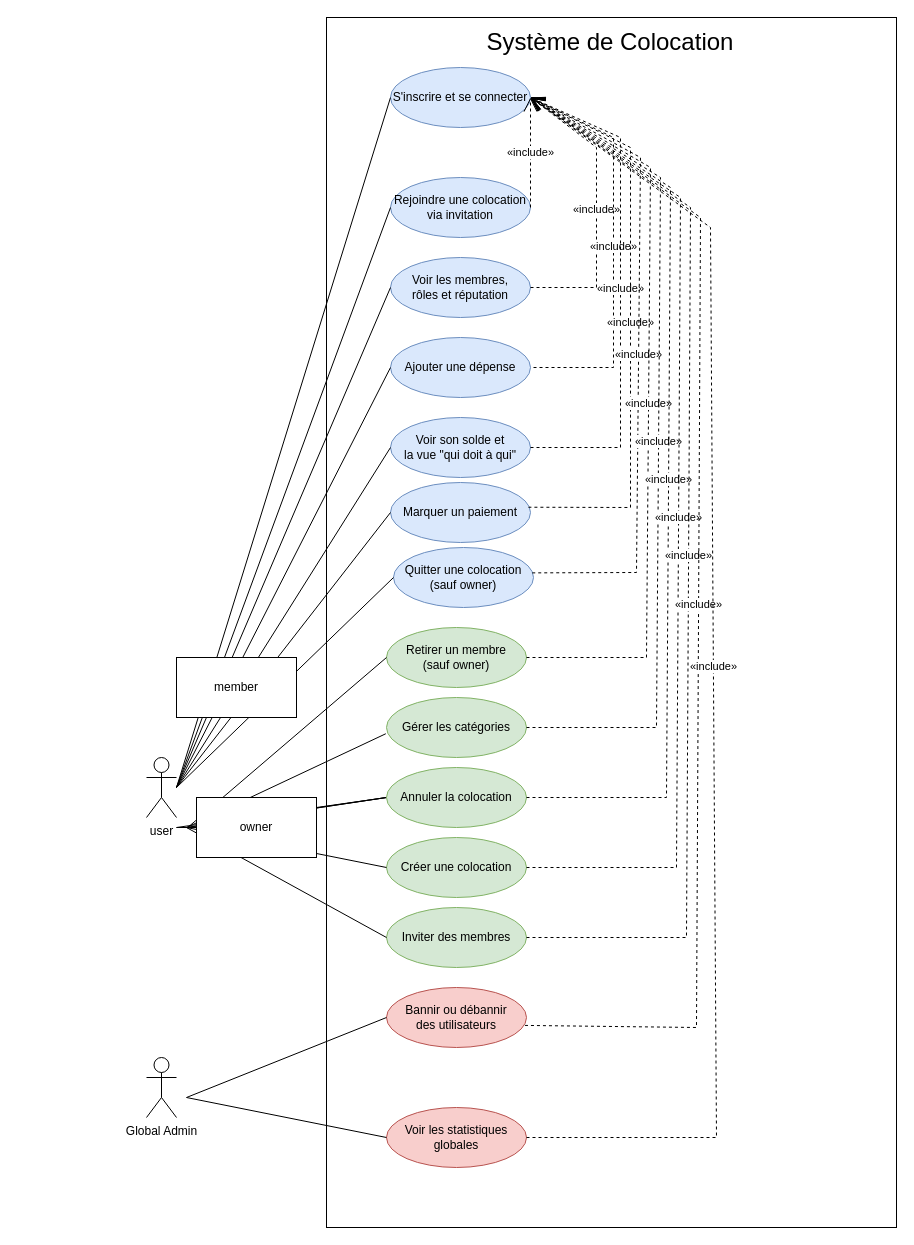
Medbdll/EasyColoc keeps this draw.io diagram as Docs/diagrammeCasUtilisateur.drawio. Above is the earlier version. Source tidied: cells renumbered, new cells numbered last; positions are measured from the earlier drawing's top-left corner, leaving out a move shared by most shapes. Both pictures are drawn from the tidied source at 100%, with x=0, y=0 at pixel (146, 17).
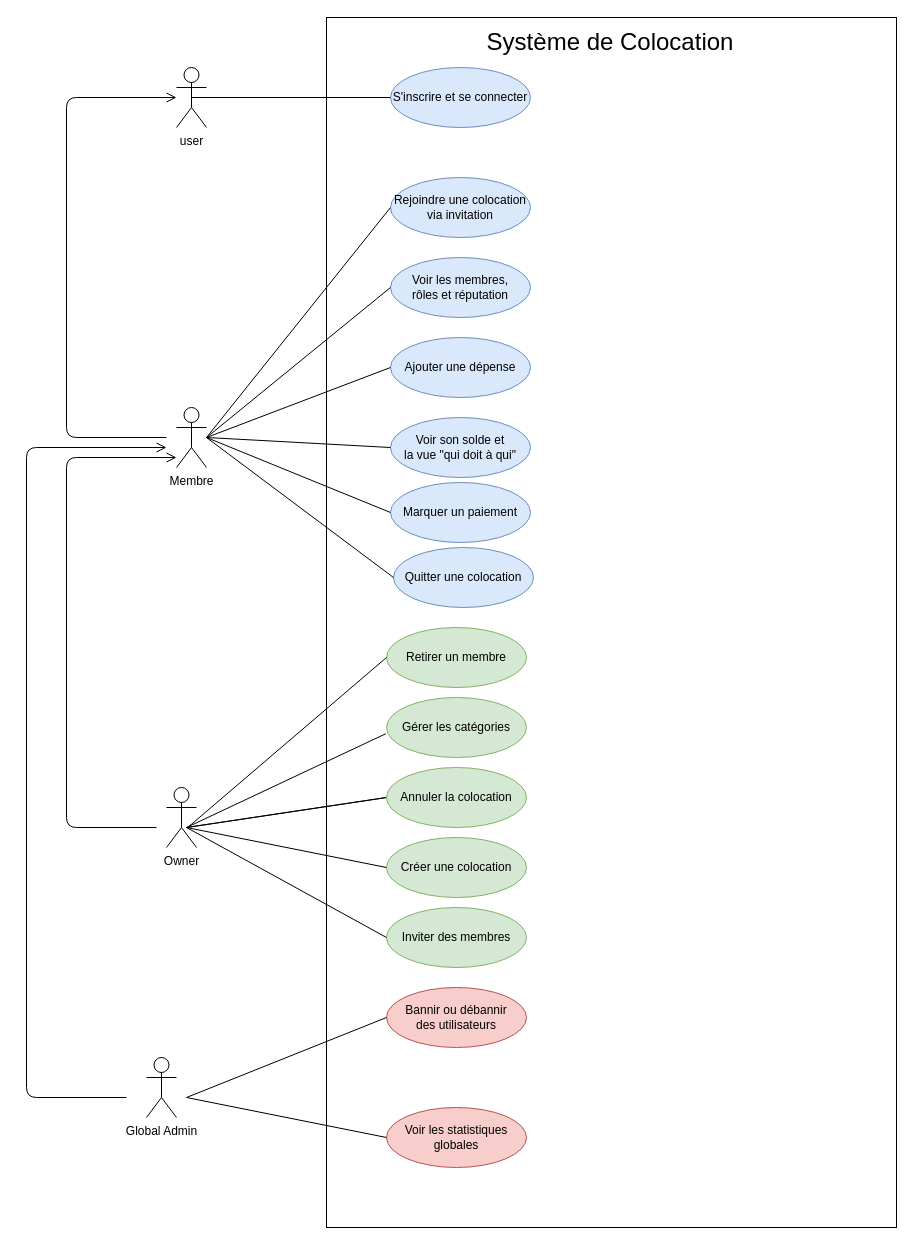
The same diagram, later.

Commit message:
EAS-29 Diagramme des cas d'utilisateurs

Unchanged cells that the change refers to:
```xml
<mxCell id="5" value="S'inscrire et se connecter" style="ellipse;whiteSpace=wrap;html=1;fillColor=#dae8fc;strokeColor=#6c8ebf;" parent="1" vertex="1">
  <mxGeometry x="244" y="50" width="140" height="60" as="geometry" />
</mxCell>
<mxCell id="6" value="Rejoindre une colocation&#10;via invitation" style="ellipse;whiteSpace=wrap;html=1;fillColor=#dae8fc;strokeColor=#6c8ebf;" parent="1" vertex="1">
  <mxGeometry x="244" y="160" width="140" height="60" as="geometry" />
</mxCell>
<mxCell id="7" value="Voir les membres,&#10;rôles et réputation" style="ellipse;whiteSpace=wrap;html=1;fillColor=#dae8fc;strokeColor=#6c8ebf;" parent="1" vertex="1">
  <mxGeometry x="244" y="240" width="140" height="60" as="geometry" />
</mxCell>
<mxCell id="8" value="Ajouter une dépense" style="ellipse;whiteSpace=wrap;html=1;fillColor=#dae8fc;strokeColor=#6c8ebf;" parent="1" vertex="1">
  <mxGeometry x="244" y="320" width="140" height="60" as="geometry" />
</mxCell>
<mxCell id="9" value="Voir son solde et&#10;la vue &quot;qui doit à qui&quot;" style="ellipse;whiteSpace=wrap;html=1;fillColor=#dae8fc;strokeColor=#6c8ebf;" parent="1" vertex="1">
  <mxGeometry x="244" y="400" width="140" height="60" as="geometry" />
</mxCell>
<mxCell id="10" value="Marquer un paiement" style="ellipse;whiteSpace=wrap;html=1;fillColor=#dae8fc;strokeColor=#6c8ebf;" parent="1" vertex="1">
  <mxGeometry x="244" y="465" width="140" height="60" as="geometry" />
</mxCell>
<mxCell id="12" value="Créer une colocation" style="ellipse;whiteSpace=wrap;html=1;fillColor=#d5e8d4;strokeColor=#82b366;" parent="1" vertex="1">
  <mxGeometry x="240" y="820" width="140" height="60" as="geometry" />
</mxCell>
<mxCell id="13" value="Inviter des membres" style="ellipse;whiteSpace=wrap;html=1;fillColor=#d5e8d4;strokeColor=#82b366;" parent="1" vertex="1">
  <mxGeometry x="240" y="890" width="140" height="60" as="geometry" />
</mxCell>
<mxCell id="15" value="Gérer les catégories" style="ellipse;whiteSpace=wrap;html=1;fillColor=#d5e8d4;strokeColor=#82b366;" parent="1" vertex="1">
  <mxGeometry x="240" y="680" width="140" height="60" as="geometry" />
</mxCell>
<mxCell id="16" value="Voir les statistiques&#10;globales" style="ellipse;whiteSpace=wrap;html=1;fillColor=#f8cecc;strokeColor=#b85450;" parent="1" vertex="1">
  <mxGeometry x="240" y="1090" width="140" height="60" as="geometry" />
</mxCell>
<mxCell id="17" value="Bannir ou débannir&#10;des utilisateurs" style="ellipse;whiteSpace=wrap;html=1;fillColor=#f8cecc;strokeColor=#b85450;" parent="1" vertex="1">
  <mxGeometry x="240" y="970" width="140" height="60" as="geometry" />
</mxCell>
```

Diff of the diagram source:
```diff
@@
-    <mxCell id="2" style="rounded=0;whiteSpace=wrap;html=1;" parent="1" vertex="1">
-      <mxGeometry x="180" width="570" height="1210" as="geometry" />
-    </mxCell>
-    <mxCell id="3" value="user&lt;div&gt;&lt;br&gt;&lt;/div&gt;" style="shape=umlActor;verticalLabelPosition=bottom;verticalAlign=top;html=1;outlineConnect=0;" parent="1" vertex="1">
-      <mxGeometry y="740" width="30" height="60" as="geometry" />
-    </mxCell>
+    <mxCell id="52" style="rounded=0;whiteSpace=wrap;html=1;" parent="1" vertex="1">
+      <mxGeometry x="180" width="570" height="1210" as="geometry" />
+    </mxCell>
+    <mxCell id="53" value="&lt;div&gt;Membre&lt;/div&gt;" style="shape=umlActor;verticalLabelPosition=bottom;verticalAlign=top;html=1;outlineConnect=0;" parent="1" vertex="1">
+      <mxGeometry x="30" y="390" width="30" height="60" as="geometry" />
+    </mxCell>
@@
-    <mxCell id="11" value="Quitter une colocation&#10;(sauf owner)" style="ellipse;whiteSpace=wrap;html=1;fillColor=#dae8fc;strokeColor=#6c8ebf;" parent="1" vertex="1">
-      <mxGeometry x="247" y="530" width="140" height="60" as="geometry" />
-    </mxCell>
+    <mxCell id="54" value="Quitter une colocation" style="ellipse;whiteSpace=wrap;html=1;fillColor=#dae8fc;strokeColor=#6c8ebf;" parent="1" vertex="1">
+      <mxGeometry x="247" y="530" width="140" height="60" as="geometry" />
+    </mxCell>
@@
-    <mxCell id="14" value="Retirer un membre&#10;(sauf owner)" style="ellipse;whiteSpace=wrap;html=1;fillColor=#d5e8d4;strokeColor=#82b366;" parent="1" vertex="1">
-      <mxGeometry x="240" y="610" width="140" height="60" as="geometry" />
-    </mxCell>
+    <mxCell id="55" value="Retirer un membre" style="ellipse;whiteSpace=wrap;html=1;fillColor=#d5e8d4;strokeColor=#82b366;" parent="1" vertex="1">
+      <mxGeometry x="240" y="610" width="140" height="60" as="geometry" />
+    </mxCell>
@@
+    <mxCell id="56" style="endArrow=none;html=1;rounded=0;exitX=1;exitY=0.5;exitDx=0;exitDy=0;entryX=0;entryY=0.5;entryDx=0;entryDy=0;" parent="1" edge="1" source="53" target="6">
+      <mxGeometry relative="1" as="geometry" />
+    </mxCell>
+    <mxCell id="57" style="endArrow=none;html=1;rounded=0;exitX=1;exitY=0.5;exitDx=0;exitDy=0;entryX=0;entryY=0.5;entryDx=0;entryDy=0;" parent="1" edge="1" source="53" target="7">
+      <mxGeometry relative="1" as="geometry" />
+    </mxCell>
+    <mxCell id="58" style="endArrow=none;html=1;rounded=0;exitX=1;exitY=0.5;exitDx=0;exitDy=0;entryX=0;entryY=0.5;entryDx=0;entryDy=0;" parent="1" edge="1" source="53" target="8">
+      <mxGeometry relative="1" as="geometry" />
+    </mxCell>
+    <mxCell id="59" style="endArrow=none;html=1;rounded=0;exitX=1;exitY=0.5;exitDx=0;exitDy=0;entryX=0;entryY=0.5;entryDx=0;entryDy=0;" parent="1" edge="1" source="53" target="9">
+      <mxGeometry relative="1" as="geometry" />
+    </mxCell>
+    <mxCell id="60" style="endArrow=none;html=1;rounded=0;exitX=1;exitY=0.5;exitDx=0;exitDy=0;entryX=0;entryY=0.5;entryDx=0;entryDy=0;" parent="1" edge="1" source="53" target="54">
+      <mxGeometry relative="1" as="geometry" />
+    </mxCell>
+    <mxCell id="61" style="endArrow=none;html=1;rounded=0;entryX=0;entryY=0.5;entryDx=0;entryDy=0;" parent="1" edge="1" target="12">
+      <mxGeometry relative="1" as="geometry">
+        <mxPoint x="40" y="810" as="sourcePoint" />
+      </mxGeometry>
+    </mxCell>
+    <mxCell id="62" style="endArrow=none;html=1;rounded=0;entryX=0;entryY=0.5;entryDx=0;entryDy=0;" parent="1" edge="1" target="13">
+      <mxGeometry relative="1" as="geometry">
+        <mxPoint x="40" y="810" as="sourcePoint" />
+      </mxGeometry>
+    </mxCell>
+    <mxCell id="63" style="endArrow=none;html=1;rounded=0;entryX=0;entryY=0.5;entryDx=0;entryDy=0;" parent="1" edge="1" target="55">
+      <mxGeometry relative="1" as="geometry">
+        <mxPoint x="41.2" y="810" as="sourcePoint" />
+      </mxGeometry>
+    </mxCell>
+    <mxCell id="64" style="endArrow=none;html=1;rounded=0;exitX=-0.005;exitY=0.604;exitDx=0;exitDy=0;exitPerimeter=0;" parent="1" edge="1" source="15">
+      <mxGeometry relative="1" as="geometry">
+        <mxPoint x="40" y="810" as="targetPoint" />
+      </mxGeometry>
+    </mxCell>
+    <mxCell id="65" style="endArrow=none;html=1;rounded=0;entryX=0;entryY=0.5;entryDx=0;entryDy=0;" parent="1" edge="1" target="35">
+      <mxGeometry relative="1" as="geometry">
+        <mxPoint x="40" y="810" as="sourcePoint" />
+      </mxGeometry>
+    </mxCell>
+    <mxCell id="66" style="endArrow=none;html=1;rounded=0;entryX=0;entryY=0.5;entryDx=0;entryDy=0;" parent="1" edge="1" target="16">
+      <mxGeometry relative="1" as="geometry">
+        <mxPoint x="40" y="1080" as="sourcePoint" />
+      </mxGeometry>
+    </mxCell>
+    <mxCell id="67" style="endArrow=none;html=1;rounded=0;entryX=0;entryY=0.5;entryDx=0;entryDy=0;" parent="1" edge="1" target="17">
+      <mxGeometry relative="1" as="geometry">
+        <mxPoint x="40" y="1080" as="sourcePoint" />
+      </mxGeometry>
+    </mxCell>
+    <mxCell id="68" style="endArrow=none;html=1;rounded=0;entryX=0;entryY=0.5;entryDx=0;entryDy=0;" parent="1" edge="1" target="35">
+      <mxGeometry relative="1" as="geometry">
+        <mxPoint x="40" y="810" as="sourcePoint" />
+      </mxGeometry>
+    </mxCell>
+    <mxCell id="35" value="Annuler la colocation" style="ellipse;whiteSpace=wrap;html=1;fillColor=#d5e8d4;strokeColor=#82b366;" parent="1" vertex="1">
+      <mxGeometry x="240" y="750" width="140" height="60" as="geometry" />
+    </mxCell>
+    <mxCell id="41" value="&lt;span style=&quot;color: rgb(0, 0, 0); text-wrap-mode: nowrap;&quot;&gt;&lt;font style=&quot;font-size: 24px;&quot;&gt;Système de Colocation&lt;/font&gt;&lt;/span&gt;" style="text;html=1;align=center;verticalAlign=middle;whiteSpace=wrap;rounded=0;" parent="1" vertex="1">
+      <mxGeometry x="434" y="10" width="60" height="30" as="geometry" />
+    </mxCell>
+    <mxCell id="69" style="endArrow=none;html=1;rounded=0;" parent="1" edge="1">
+      <mxGeometry relative="1" as="geometry">
+        <mxPoint x="40" y="810" as="sourcePoint" />
+        <mxPoint x="40" y="810" as="targetPoint" />
+      </mxGeometry>
+    </mxCell>
+    <mxCell id="3" value="user&lt;div&gt;&lt;br&gt;&lt;/div&gt;" style="shape=umlActor;verticalLabelPosition=bottom;verticalAlign=top;html=1;outlineConnect=0;" parent="1" vertex="1">
+      <mxGeometry x="30" y="50" width="30" height="60" as="geometry" />
+    </mxCell>
+    <mxCell id="70" value="Owner" style="shape=umlActor;verticalLabelPosition=bottom;verticalAlign=top;html=1;" parent="1" vertex="1">
+      <mxGeometry x="20" y="770" width="30" height="60" as="geometry" />
+    </mxCell>
-    <mxCell id="18" style="endArrow=none;html=1;rounded=0;exitX=1;exitY=0.5;exitDx=0;exitDy=0;entryX=0;entryY=0.5;entryDx=0;entryDy=0;" parent="1" edge="1" source="3" target="5">
+    <mxCell id="18" style="endArrow=none;html=1;rounded=0;exitX=0.5;exitY=0.5;exitDx=0;exitDy=0;entryX=0;entryY=0.5;entryDx=0;entryDy=0;exitPerimeter=0;" parent="1" edge="1" source="3" target="5">
       <mxGeometry relative="1" as="geometry" />
     </mxCell>
-    <mxCell id="19" style="endArrow=none;html=1;rounded=0;exitX=1;exitY=0.5;exitDx=0;exitDy=0;entryX=0;entryY=0.5;entryDx=0;entryDy=0;" parent="1" edge="1" source="3" target="6">
-      <mxGeometry relative="1" as="geometry" />
-    </mxCell>
-    <mxCell id="20" style="endArrow=none;html=1;rounded=0;exitX=1;exitY=0.5;exitDx=0;exitDy=0;entryX=0;entryY=0.5;entryDx=0;entryDy=0;" parent="1" edge="1" source="3" target="7">
-      <mxGeometry relative="1" as="geometry" />
-    </mxCell>
-    <mxCell id="21" style="endArrow=none;html=1;rounded=0;exitX=1;exitY=0.5;exitDx=0;exitDy=0;entryX=0;entryY=0.5;entryDx=0;entryDy=0;" parent="1" edge="1" source="3" target="8">
-      <mxGeometry relative="1" as="geometry" />
-    </mxCell>
-    <mxCell id="22" style="endArrow=none;html=1;rounded=0;exitX=1;exitY=0.5;exitDx=0;exitDy=0;entryX=0;entryY=0.5;entryDx=0;entryDy=0;" parent="1" edge="1" source="3" target="9">
-      <mxGeometry relative="1" as="geometry" />
-    </mxCell>
-    <mxCell id="23" style="endArrow=none;html=1;rounded=0;entryX=0;entryY=0.5;entryDx=0;entryDy=0;" parent="1" edge="1" target="10">
-      <mxGeometry relative="1" as="geometry">
-        <mxPoint x="30" y="770" as="sourcePoint" />
-      </mxGeometry>
-    </mxCell>
-    <mxCell id="24" style="endArrow=none;html=1;rounded=0;exitX=1;exitY=0.5;exitDx=0;exitDy=0;entryX=0;entryY=0.5;entryDx=0;entryDy=0;" parent="1" edge="1" source="3" target="11">
-      <mxGeometry relative="1" as="geometry" />
-    </mxCell>
-    <mxCell id="25" style="endArrow=none;html=1;rounded=0;entryX=0;entryY=0.5;entryDx=0;entryDy=0;" parent="1" edge="1" target="12">
-      <mxGeometry relative="1" as="geometry">
-        <mxPoint x="40" y="810" as="sourcePoint" />
-      </mxGeometry>
-    </mxCell>
-    <mxCell id="26" style="endArrow=none;html=1;rounded=0;entryX=0;entryY=0.5;entryDx=0;entryDy=0;" parent="1" edge="1" target="13">
-      <mxGeometry relative="1" as="geometry">
-        <mxPoint x="40" y="810" as="sourcePoint" />
-      </mxGeometry>
-    </mxCell>
-    <mxCell id="27" style="endArrow=none;html=1;rounded=0;entryX=0;entryY=0.5;entryDx=0;entryDy=0;" parent="1" edge="1" target="14">
-      <mxGeometry relative="1" as="geometry">
-        <mxPoint x="41.2" y="810" as="sourcePoint" />
-      </mxGeometry>
-    </mxCell>
-    <mxCell id="28" style="endArrow=none;html=1;rounded=0;exitX=-0.005;exitY=0.604;exitDx=0;exitDy=0;exitPerimeter=0;" parent="1" edge="1" source="15">
-      <mxGeometry relative="1" as="geometry">
-        <mxPoint x="40" y="810" as="targetPoint" />
-      </mxGeometry>
-    </mxCell>
-    <mxCell id="29" style="endArrow=none;html=1;rounded=0;entryX=0;entryY=0.5;entryDx=0;entryDy=0;" parent="1" edge="1" target="35">
-      <mxGeometry relative="1" as="geometry">
-        <mxPoint x="30" y="810" as="sourcePoint" />
-      </mxGeometry>
-    </mxCell>
-    <mxCell id="30" style="endArrow=none;html=1;rounded=0;entryX=0;entryY=0.5;entryDx=0;entryDy=0;" parent="1" edge="1" target="16">
-      <mxGeometry relative="1" as="geometry">
-        <mxPoint x="40" y="1080" as="sourcePoint" />
-      </mxGeometry>
-    </mxCell>
-    <mxCell id="31" style="endArrow=none;html=1;rounded=0;entryX=0;entryY=0.5;entryDx=0;entryDy=0;" parent="1" edge="1" target="17">
-      <mxGeometry relative="1" as="geometry">
-        <mxPoint x="40" y="1080" as="sourcePoint" />
-      </mxGeometry>
-    </mxCell>
-    <mxCell id="32" value="«include»" style="endArrow=open;endSize=12;dashed=1;html=1;rounded=0;exitX=1;exitY=0.5;exitDx=0;exitDy=0;entryX=1;entryY=0.5;entryDx=0;entryDy=0;" parent="1" edge="1" source="6" target="5">
-      <mxGeometry relative="1" as="geometry">
-        <Array as="points">
-          <mxPoint x="384" y="130" />
-        </Array>
-      </mxGeometry>
-    </mxCell>
-    <mxCell id="33" style="endArrow=none;html=1;rounded=0;entryX=0;entryY=0.5;entryDx=0;entryDy=0;" parent="1" edge="1" target="35">
-      <mxGeometry relative="1" as="geometry">
-        <mxPoint x="40" y="810" as="sourcePoint" />
-      </mxGeometry>
-    </mxCell>
-    <mxCell id="34" style="endArrow=none;html=1;rounded=0;entryX=0;entryY=0.5;entryDx=0;entryDy=0;" parent="1" edge="1" target="35">
-      <mxGeometry relative="1" as="geometry">
-        <mxPoint x="40" y="810" as="sourcePoint" />
-      </mxGeometry>
-    </mxCell>
-    <mxCell id="35" value="Annuler la colocation" style="ellipse;whiteSpace=wrap;html=1;fillColor=#d5e8d4;strokeColor=#82b366;" parent="1" vertex="1">
-      <mxGeometry x="240" y="750" width="140" height="60" as="geometry" />
-    </mxCell>
-    <mxCell id="36" value="«include»" style="endArrow=open;endSize=12;dashed=1;html=1;rounded=0;exitX=1;exitY=0.5;exitDx=0;exitDy=0;entryX=1;entryY=0.5;entryDx=0;entryDy=0;" parent="1" edge="1" source="7" target="5">
-      <mxGeometry relative="1" as="geometry">
-        <Array as="points">
-          <mxPoint x="450" y="270" />
-          <mxPoint x="450" y="130" />
-        </Array>
-      </mxGeometry>
-    </mxCell>
-    <mxCell id="37" value="«include»" style="endArrow=open;endSize=12;dashed=1;html=1;rounded=0;exitX=1;exitY=0.5;exitDx=0;exitDy=0;entryX=1;entryY=0.5;entryDx=0;entryDy=0;" parent="1" edge="1" target="5">
-      <mxGeometry relative="1" as="geometry">
-        <mxPoint x="387" y="350" as="sourcePoint" />
-        <Array as="points">
-          <mxPoint x="467" y="350" />
-          <mxPoint x="467" y="120" />
-        </Array>
-      </mxGeometry>
-    </mxCell>
-    <mxCell id="38" value="«include»" style="endArrow=open;endSize=12;dashed=1;html=1;rounded=0;exitX=1;exitY=0.5;exitDx=0;exitDy=0;entryX=1;entryY=0.5;entryDx=0;entryDy=0;" parent="1" edge="1" source="9" target="5">
-      <mxGeometry relative="1" as="geometry">
-        <Array as="points">
-          <mxPoint x="474" y="430" />
-          <mxPoint x="474" y="120" />
-        </Array>
-      </mxGeometry>
-    </mxCell>
-    <mxCell id="39" value="«include»" style="endArrow=open;endSize=12;dashed=1;html=1;rounded=0;exitX=0.985;exitY=0.412;exitDx=0;exitDy=0;entryX=1;entryY=0.5;entryDx=0;entryDy=0;exitPerimeter=0;" parent="1" edge="1" source="10" target="5">
-      <mxGeometry relative="1" as="geometry">
-        <Array as="points">
-          <mxPoint x="484" y="490" />
-          <mxPoint x="484" y="130" />
-        </Array>
-      </mxGeometry>
-    </mxCell>
-    <mxCell id="40" value="«include»" style="endArrow=open;endSize=12;dashed=1;html=1;rounded=0;exitX=0.991;exitY=0.423;exitDx=0;exitDy=0;entryX=1;entryY=0.5;entryDx=0;entryDy=0;exitPerimeter=0;" parent="1" edge="1" source="11" target="5">
-      <mxGeometry relative="1" as="geometry">
-        <Array as="points">
-          <mxPoint x="490" y="555" />
-          <mxPoint x="494" y="140" />
-        </Array>
-      </mxGeometry>
-    </mxCell>
-    <mxCell id="41" value="&lt;span style=&quot;color: rgb(0, 0, 0); text-wrap-mode: nowrap;&quot;&gt;&lt;font style=&quot;font-size: 24px;&quot;&gt;Système de Colocation&lt;/font&gt;&lt;/span&gt;" style="text;html=1;align=center;verticalAlign=middle;whiteSpace=wrap;rounded=0;" parent="1" vertex="1">
-      <mxGeometry x="434" y="10" width="60" height="30" as="geometry" />
-    </mxCell>
-    <mxCell id="42" style="endArrow=none;html=1;rounded=0;entryX=0;entryY=0.5;entryDx=0;entryDy=0;" parent="1" edge="1" target="43">
-      <mxGeometry relative="1" as="geometry">
-        <mxPoint x="30" y="810" as="sourcePoint" />
-      </mxGeometry>
-    </mxCell>
-    <mxCell id="43" value="owner" style="whiteSpace=wrap;html=1;" parent="1" vertex="1">
-      <mxGeometry x="50" y="780" width="120" height="60" as="geometry" />
-    </mxCell>
-    <mxCell id="44" value="member" style="whiteSpace=wrap;html=1;" parent="1" vertex="1">
-      <mxGeometry x="30" y="640" width="120" height="60" as="geometry" />
-    </mxCell>
-    <mxCell id="45" value="«include»" style="endArrow=open;endSize=12;dashed=1;html=1;rounded=0;exitX=1;exitY=0.5;exitDx=0;exitDy=0;entryX=1;entryY=0.5;entryDx=0;entryDy=0;" parent="1" edge="1" source="14" target="5">
-      <mxGeometry relative="1" as="geometry">
-        <Array as="points">
-          <mxPoint x="500" y="640" />
-          <mxPoint x="504" y="150" />
-        </Array>
-      </mxGeometry>
-    </mxCell>
-    <mxCell id="46" value="«include»" style="endArrow=open;endSize=12;dashed=1;html=1;rounded=0;exitX=1;exitY=0.5;exitDx=0;exitDy=0;entryX=1;entryY=0.5;entryDx=0;entryDy=0;" parent="1" edge="1" source="15" target="5">
-      <mxGeometry relative="1" as="geometry">
-        <Array as="points">
-          <mxPoint x="510" y="710" />
-          <mxPoint x="514" y="160" />
-        </Array>
-      </mxGeometry>
-    </mxCell>
-    <mxCell id="47" value="«include»" style="endArrow=open;endSize=12;dashed=1;html=1;rounded=0;exitX=1;exitY=0.5;exitDx=0;exitDy=0;entryX=1;entryY=0.5;entryDx=0;entryDy=0;" parent="1" edge="1" source="35" target="5">
-      <mxGeometry relative="1" as="geometry">
-        <Array as="points">
-          <mxPoint x="520" y="780" />
-          <mxPoint x="524" y="170" />
-        </Array>
-      </mxGeometry>
-    </mxCell>
-    <mxCell id="48" value="«include»" style="endArrow=open;endSize=12;dashed=1;html=1;rounded=0;exitX=1;exitY=0.5;exitDx=0;exitDy=0;entryX=1;entryY=0.5;entryDx=0;entryDy=0;" parent="1" edge="1" source="12" target="5">
-      <mxGeometry relative="1" as="geometry">
-        <Array as="points">
-          <mxPoint x="530" y="850" />
-          <mxPoint x="534" y="180" />
-        </Array>
-      </mxGeometry>
-    </mxCell>
-    <mxCell id="49" value="«include»" style="endArrow=open;endSize=12;dashed=1;html=1;rounded=0;exitX=1;exitY=0.5;exitDx=0;exitDy=0;entryX=1;entryY=0.5;entryDx=0;entryDy=0;" parent="1" edge="1" source="13" target="5">
-      <mxGeometry relative="1" as="geometry">
-        <Array as="points">
-          <mxPoint x="540" y="920" />
-          <mxPoint x="544" y="190" />
-        </Array>
-      </mxGeometry>
-    </mxCell>
-    <mxCell id="50" value="«include»" style="endArrow=open;endSize=12;dashed=1;html=1;rounded=0;exitX=0.989;exitY=0.632;exitDx=0;exitDy=0;entryX=1;entryY=0.5;entryDx=0;entryDy=0;exitPerimeter=0;" parent="1" edge="1" source="17" target="5">
-      <mxGeometry relative="1" as="geometry">
-        <Array as="points">
-          <mxPoint x="550" y="1010" />
-          <mxPoint x="554" y="200" />
-        </Array>
-      </mxGeometry>
-    </mxCell>
-    <mxCell id="51" value="«include»" style="endArrow=open;endSize=12;dashed=1;html=1;rounded=0;exitX=1;exitY=0.5;exitDx=0;exitDy=0;entryX=1;entryY=0.5;entryDx=0;entryDy=0;" parent="1" edge="1" source="16" target="5">
-      <mxGeometry relative="1" as="geometry">
-        <Array as="points">
-          <mxPoint x="570" y="1120" />
-          <mxPoint x="564" y="210" />
-        </Array>
-      </mxGeometry>
-    </mxCell>
+    <mxCell id="71" style="endArrow=open;startArrow=none;endFill=0;startFill=0;endSize=8;html=1;verticalAlign=bottom;labelBackgroundColor=none;strokeWidth=1;" parent="1" edge="1">
+      <mxGeometry relative="1" as="geometry">
+        <mxPoint x="20" y="420" as="sourcePoint" />
+        <mxPoint x="30" y="80" as="targetPoint" />
+        <Array as="points">
+          <mxPoint x="-80" y="420" />
+          <mxPoint x="-80" y="80" />
+        </Array>
+      </mxGeometry>
+    </mxCell>
+    <mxCell id="72" style="endArrow=none;html=1;rounded=0;entryX=0;entryY=0.5;entryDx=0;entryDy=0;" parent="1" edge="1" target="10">
+      <mxGeometry relative="1" as="geometry">
+        <mxPoint x="60" y="420" as="sourcePoint" />
+      </mxGeometry>
+    </mxCell>
+    <mxCell id="73" style="endArrow=open;startArrow=none;endFill=0;startFill=0;endSize=8;html=1;verticalAlign=bottom;labelBackgroundColor=none;strokeWidth=1;" parent="1" edge="1">
+      <mxGeometry relative="1" as="geometry">
+        <mxPoint x="10" y="810" as="sourcePoint" />
+        <mxPoint x="30" y="440" as="targetPoint" />
+        <Array as="points">
+          <mxPoint x="-80" y="810" />
+          <mxPoint x="-80" y="440" />
+        </Array>
+      </mxGeometry>
+    </mxCell>
+    <mxCell id="74" style="endArrow=open;startArrow=none;endFill=0;startFill=0;endSize=8;html=1;verticalAlign=bottom;labelBackgroundColor=none;strokeWidth=1;" parent="1" edge="1">
+      <mxGeometry relative="1" as="geometry">
+        <mxPoint x="-20" y="1080" as="sourcePoint" />
+        <mxPoint x="20" y="430" as="targetPoint" />
+        <Array as="points">
+          <mxPoint x="-120" y="1080" />
+          <mxPoint x="-120" y="430" />
+        </Array>
+      </mxGeometry>
+    </mxCell>
```
